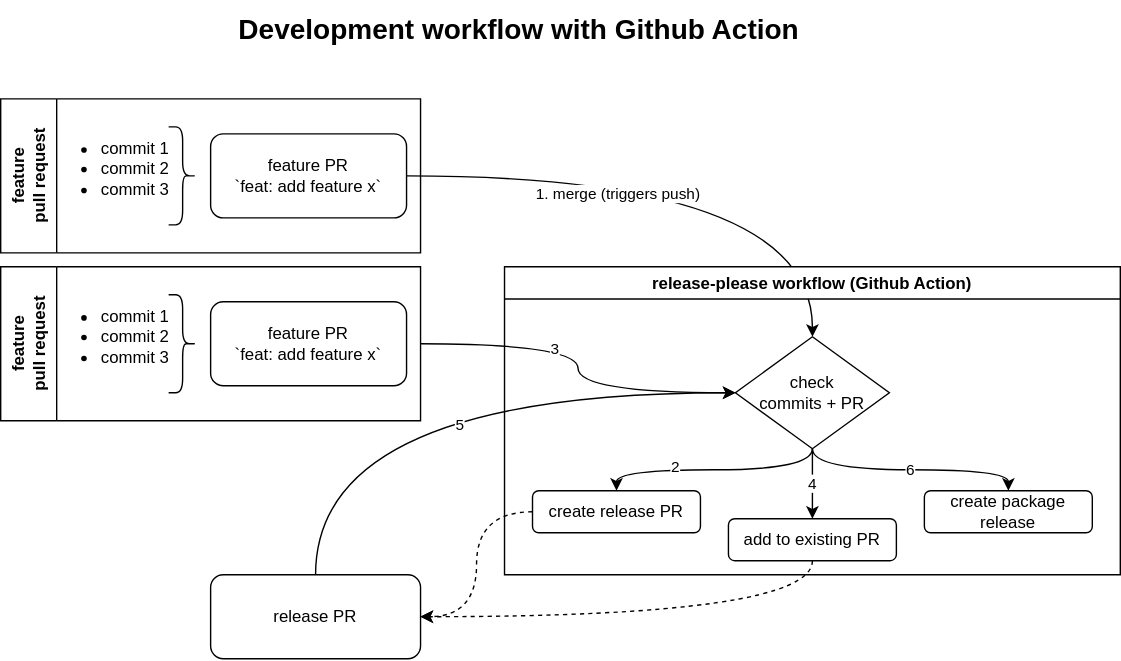
The draw.io diagram docs/release-please-workflow.drawio.svg in szn-app/donation-web-platform, before a commit. Source tidied: cells renumbered, new cells last; positions are measured from the earlier drawing's top-left corner, leaving out a move shared by most shapes. Its diagram source:
```xml
<mxGraphModel>
  <root>
    <mxCell id="0" />
    <mxCell id="1" parent="0" />
    <mxCell id="2" value="feature &lt;br&gt;pull request" style="swimlane;horizontal=0;whiteSpace=wrap;html=1;startSize=40;" parent="1" vertex="1">
      <mxGeometry y="70" width="300" height="110" as="geometry" />
    </mxCell>
    <mxCell id="3" value="&lt;ul&gt;&lt;li&gt;commit 1&lt;/li&gt;&lt;li&gt;commit 2&lt;/li&gt;&lt;li&gt;commit 3&lt;/li&gt;&lt;/ul&gt;" style="text;strokeColor=none;fillColor=none;html=1;whiteSpace=wrap;verticalAlign=middle;overflow=hidden;" parent="2" vertex="1">
      <mxGeometry x="30" y="10" width="120" height="80" as="geometry" />
    </mxCell>
    <mxCell id="4" style="shape=curlyBracket;whiteSpace=wrap;html=1;rounded=1;flipH=1;labelPosition=right;verticalLabelPosition=middle;align=left;verticalAlign=middle;size=0.5;" parent="2" vertex="1">
      <mxGeometry x="120" y="20" width="20" height="70" as="geometry" />
    </mxCell>
    <mxCell id="5" value="feature PR&lt;br&gt;`feat: add feature x`" style="rounded=1;whiteSpace=wrap;html=1;" parent="2" vertex="1">
      <mxGeometry x="150" y="25" width="140" height="60" as="geometry" />
    </mxCell>
    <mxCell id="6" style="curved=1;endArrow=classic;html=1;exitX=1;exitY=0.5;exitDx=0;exitDy=0;edgeStyle=orthogonalEdgeStyle;" parent="1" edge="1" source="5" target="9">
      <mxGeometry relative="1" as="geometry" />
    </mxCell>
    <mxCell id="7" value="1. merge (triggers push)" style="edgeLabel;html=1;align=center;verticalAlign=middle;" parent="6" vertex="1">
      <mxGeometry x="-0.25" y="-13" relative="1" as="geometry" />
    </mxCell>
    <mxCell id="8" value="release-please workflow (Github Action)" style="swimlane;" parent="1" vertex="1">
      <mxGeometry x="360" y="190" width="440" height="220" as="geometry" />
    </mxCell>
    <mxCell id="9" value="check&lt;br&gt;commits + PR" style="rhombus;whiteSpace=wrap;html=1;" parent="8" vertex="1">
      <mxGeometry x="165" y="50" width="110" height="80" as="geometry" />
    </mxCell>
    <mxCell id="10" value="create release PR" style="rounded=1;whiteSpace=wrap;html=1;" parent="8" vertex="1">
      <mxGeometry x="20" y="160" width="120" height="30" as="geometry" />
    </mxCell>
    <mxCell id="11" style="edgeStyle=orthogonalEdgeStyle;curved=1;html=1;exitX=0.5;exitY=1;exitDx=0;exitDy=0;" parent="8" edge="1" source="9" target="10">
      <mxGeometry relative="1" as="geometry" />
    </mxCell>
    <mxCell id="12" value="2" style="edgeLabel;html=1;align=center;verticalAlign=middle;" parent="11" vertex="1">
      <mxGeometry x="0.34" y="-2" relative="1" as="geometry" />
    </mxCell>
    <mxCell id="13" value="create package release" style="rounded=1;whiteSpace=wrap;html=1;" parent="8" vertex="1">
      <mxGeometry x="300" y="160" width="120" height="30" as="geometry" />
    </mxCell>
    <mxCell id="14" value="6" style="edgeStyle=orthogonalEdgeStyle;curved=1;html=1;exitX=0.5;exitY=1;exitDx=0;exitDy=0;" parent="8" edge="1" source="9" target="13">
      <mxGeometry relative="1" as="geometry" />
    </mxCell>
    <mxCell id="15" value="add to existing PR" style="rounded=1;whiteSpace=wrap;html=1;" parent="8" vertex="1">
      <mxGeometry x="160" y="180" width="120" height="30" as="geometry" />
    </mxCell>
    <mxCell id="16" value="4" style="edgeStyle=orthogonalEdgeStyle;curved=1;html=1;" parent="8" edge="1" source="9" target="15">
      <mxGeometry relative="1" as="geometry" />
    </mxCell>
    <mxCell id="17" style="edgeStyle=orthogonalEdgeStyle;curved=1;html=1;exitX=0.5;exitY=0;exitDx=0;exitDy=0;entryX=0;entryY=0.5;entryDx=0;entryDy=0;" parent="1" edge="1" source="19" target="9">
      <mxGeometry x="0.12" y="-60" relative="1" as="geometry" />
    </mxCell>
    <mxCell id="18" value="5" style="edgeLabel;html=1;align=center;verticalAlign=middle;" parent="17" vertex="1">
      <mxGeometry x="0.08" y="-23" relative="1" as="geometry" />
    </mxCell>
    <mxCell id="19" value="release PR" style="rounded=1;whiteSpace=wrap;html=1;" parent="1" vertex="1">
      <mxGeometry x="150" y="410" width="150" height="60" as="geometry" />
    </mxCell>
    <mxCell id="20" style="edgeStyle=orthogonalEdgeStyle;curved=1;html=1;startArrow=none;dashed=1;entryX=1;entryY=0.5;entryDx=0;entryDy=0;" parent="1" edge="1" source="10" target="19">
      <mxGeometry relative="1" as="geometry" />
    </mxCell>
    <mxCell id="21" style="edgeStyle=orthogonalEdgeStyle;curved=1;html=1;exitX=1;exitY=0.5;exitDx=0;exitDy=0;" parent="1" edge="1" source="23" target="9">
      <mxGeometry relative="1" as="geometry" />
    </mxCell>
    <mxCell id="22" value="3" style="edgeLabel;html=1;align=center;verticalAlign=middle;" parent="21" vertex="1">
      <mxGeometry x="-0.27" y="-4" relative="1" as="geometry" />
    </mxCell>
    <mxCell id="23" value="feature &lt;br&gt;pull request" style="swimlane;horizontal=0;whiteSpace=wrap;html=1;startSize=40;" parent="1" vertex="1">
      <mxGeometry y="190" width="300" height="110" as="geometry" />
    </mxCell>
    <mxCell id="24" value="&lt;ul&gt;&lt;li&gt;commit 1&lt;/li&gt;&lt;li&gt;commit 2&lt;/li&gt;&lt;li&gt;commit 3&lt;/li&gt;&lt;/ul&gt;" style="text;strokeColor=none;fillColor=none;html=1;whiteSpace=wrap;verticalAlign=middle;overflow=hidden;" parent="23" vertex="1">
      <mxGeometry x="30" y="10" width="120" height="80" as="geometry" />
    </mxCell>
    <mxCell id="25" style="shape=curlyBracket;whiteSpace=wrap;html=1;rounded=1;flipH=1;labelPosition=right;verticalLabelPosition=middle;align=left;verticalAlign=middle;size=0.5;" parent="23" vertex="1">
      <mxGeometry x="120" y="20" width="20" height="70" as="geometry" />
    </mxCell>
    <mxCell id="26" value="feature PR&lt;br&gt;`feat: add feature x`" style="rounded=1;whiteSpace=wrap;html=1;" parent="23" vertex="1">
      <mxGeometry x="150" y="25" width="140" height="60" as="geometry" />
    </mxCell>
    <mxCell id="27" style="edgeStyle=orthogonalEdgeStyle;curved=1;html=1;exitX=0.5;exitY=1;exitDx=0;exitDy=0;entryX=1;entryY=0.5;entryDx=0;entryDy=0;dashed=1;" parent="1" edge="1" source="15" target="19">
      <mxGeometry relative="1" as="geometry" />
    </mxCell>
    <mxCell id="28" value="Development workflow with Github Action" style="text;html=1;align=center;verticalAlign=middle;strokeColor=none;fillColor=none;fontStyle=1;fontSize=20;" parent="1" vertex="1">
      <mxGeometry x="160" width="420" height="40" as="geometry" />
    </mxCell>
  </root>
</mxGraphModel>
```
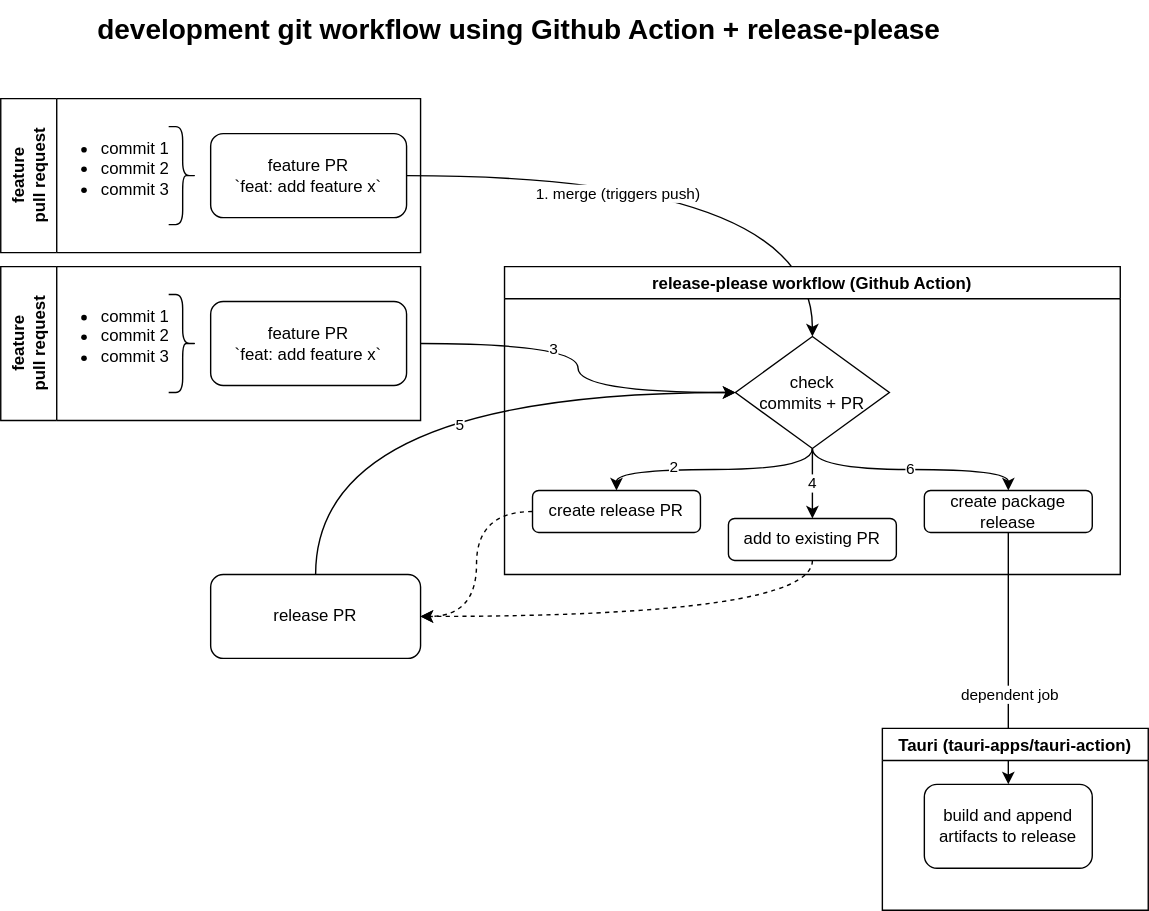
After the change.

Commit message:
ci: upload tauri artifacts to web-server Github release

The edit, as a diff of the source:
```diff
@@ -80,8 +80,20 @@
     <mxCell id="27" style="edgeStyle=orthogonalEdgeStyle;curved=1;html=1;exitX=0.5;exitY=1;exitDx=0;exitDy=0;entryX=1;entryY=0.5;entryDx=0;entryDy=0;dashed=1;" parent="1" edge="1" source="15" target="19">
       <mxGeometry relative="1" as="geometry" />
     </mxCell>
-    <mxCell id="28" value="Development workflow with Github Action" style="text;html=1;align=center;verticalAlign=middle;strokeColor=none;fillColor=none;fontStyle=1;fontSize=20;" parent="1" vertex="1">
-      <mxGeometry x="160" width="420" height="40" as="geometry" />
+    <mxCell id="28" value="development git workflow using Github Action + release-please" style="text;html=1;align=center;verticalAlign=middle;strokeColor=none;fillColor=none;fontStyle=1;fontSize=20;" parent="1" vertex="1">
+      <mxGeometry x="55" width="630" height="40" as="geometry" />
     </mxCell>
+    <mxCell id="29" style="edgeStyle=none;html=1;entryX=0.5;entryY=0;entryDx=0;entryDy=0;" parent="1" edge="1" source="13" target="31">
+      <mxGeometry relative="1" as="geometry" />
+    </mxCell>
+    <mxCell id="30" value="dependent job" style="edgeLabel;html=1;align=center;verticalAlign=middle;" parent="29" vertex="1">
+      <mxGeometry x="0.29" y="1" relative="1" as="geometry" />
+    </mxCell>
+    <mxCell id="31" value="build and append artifacts to release" style="rounded=1;whiteSpace=wrap;html=1;" parent="1" vertex="1">
+      <mxGeometry x="660" y="560" width="120" height="60" as="geometry" />
+    </mxCell>
+    <mxCell id="32" value="Tauri (tauri-apps/tauri-action)" style="swimlane;" parent="1" vertex="1">
+      <mxGeometry x="630" y="520" width="190" height="130" as="geometry" />
+    </mxCell>
   </root>
 </mxGraphModel>
```
